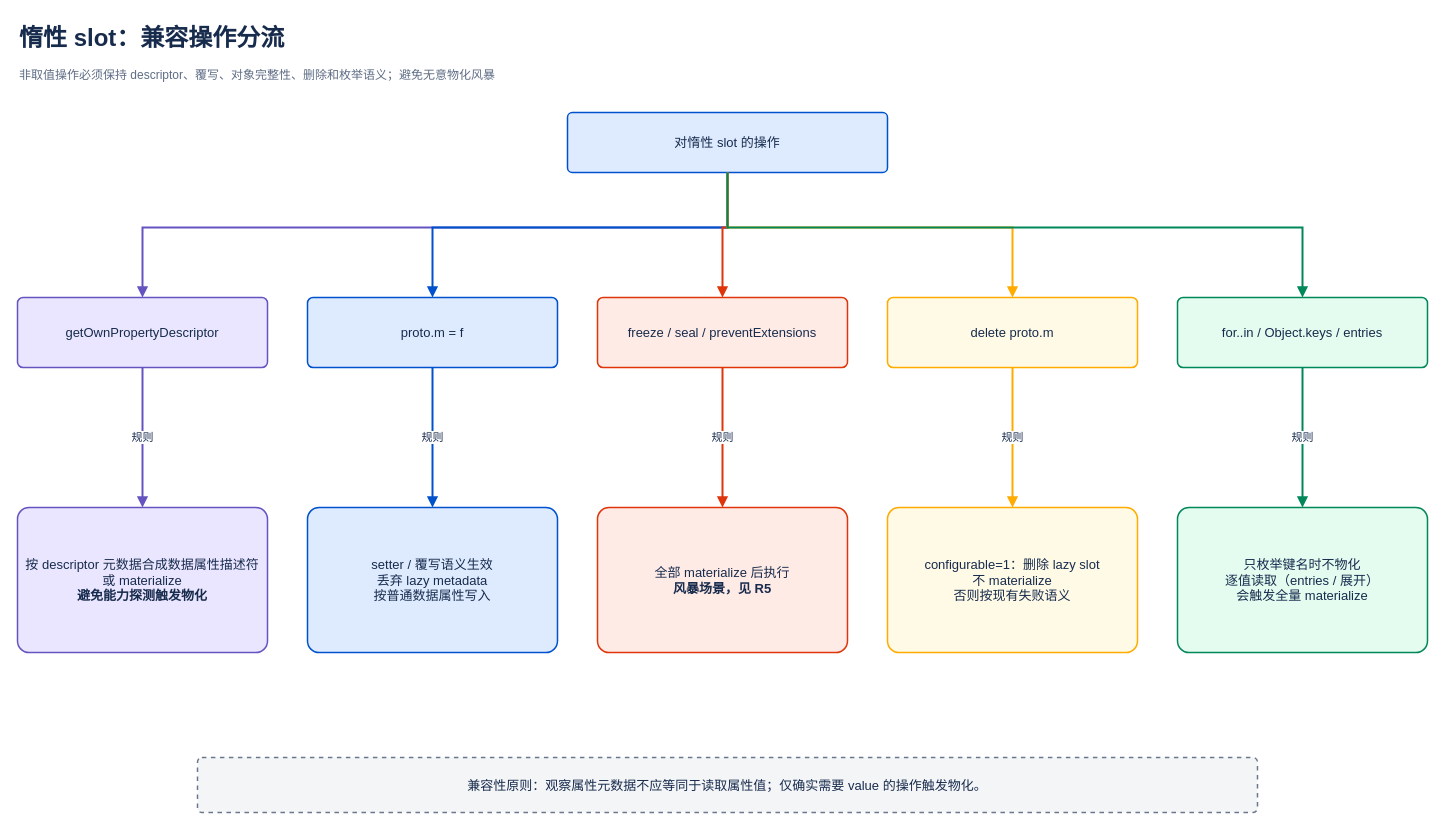
The draw.io diagram hidden-class-comparison/detailed-proposals/native-interop-lazy-binding/napi-lazy-binding-compatible-operations-flow.drawio in xuanjiazhen/invest, before the edit. Source tidied: cells renumbered, new cells numbered last; positions are measured from the earlier drawing's top-left corner, leaving out a move shared by most shapes. Both pictures are drawn from the tidied source at 100%, with x=0, y=0 at pixel (17, 17).
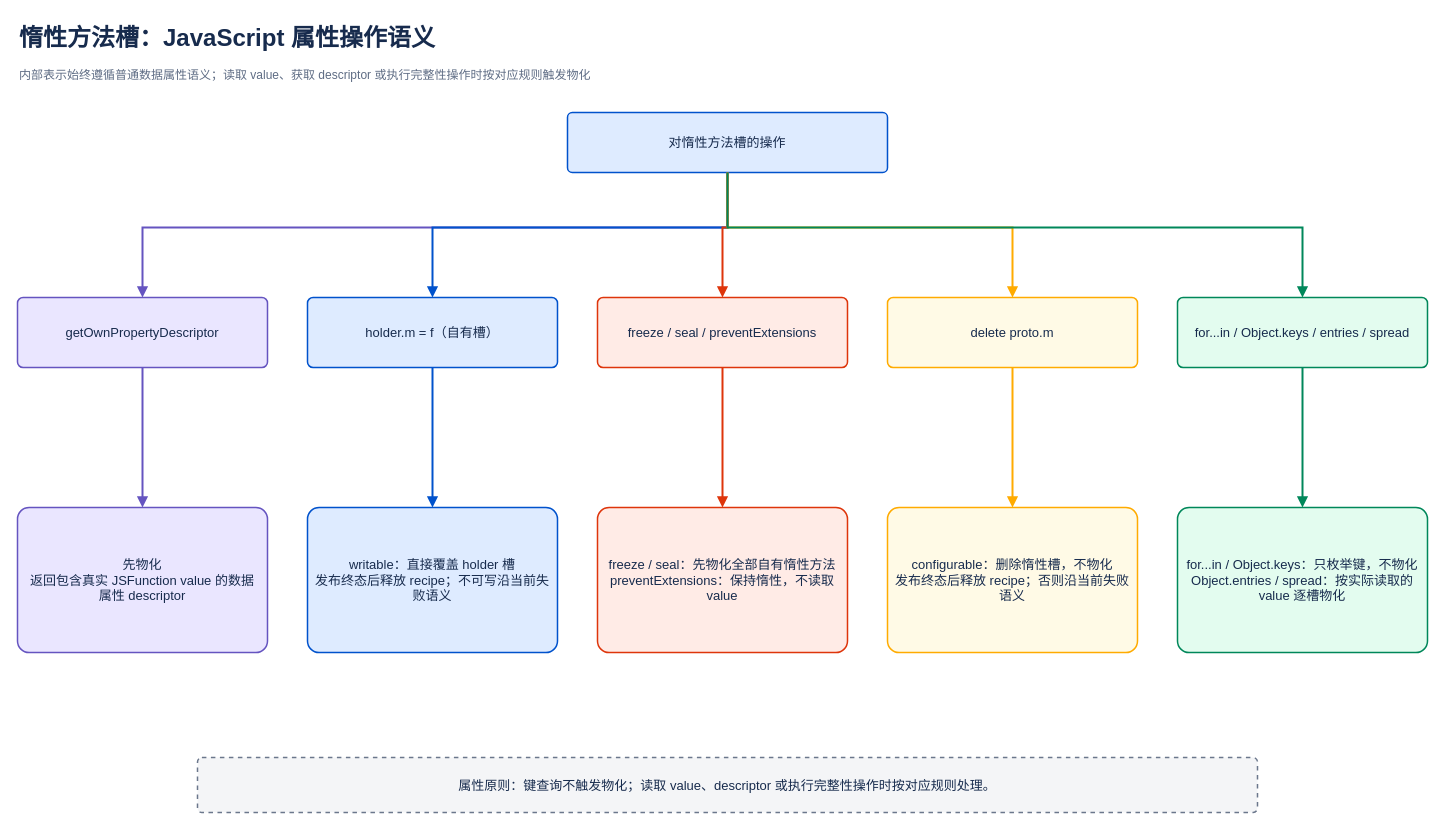
After the change.

Unchanged cells that the change refers to:
```xml
<mxCell id="5" value="getOwnPropertyDescriptor" style="rounded=1;arcSize=8;whiteSpace=wrap;html=1;align=center;verticalAlign=middle;fontSize=13;spacing=8;fillColor=#EAE6FF;strokeColor=#6554C0;strokeWidth=1.5;fontColor=#172B4D;" parent="1" vertex="1">
  <mxGeometry y="280" width="250" height="70" as="geometry" />
</mxCell>
<mxCell id="13" value="freeze / seal / preventExtensions" style="rounded=1;arcSize=8;whiteSpace=wrap;html=1;align=center;verticalAlign=middle;fontSize=13;spacing=8;fillColor=#FFEBE6;strokeColor=#DE350B;strokeWidth=1.5;fontColor=#172B4D;" parent="1" vertex="1">
  <mxGeometry x="580" y="280" width="250" height="70" as="geometry" />
</mxCell>
<mxCell id="17" value="delete proto.m" style="rounded=1;arcSize=8;whiteSpace=wrap;html=1;align=center;verticalAlign=middle;fontSize=13;spacing=8;fillColor=#FFFAE6;strokeColor=#FFAB00;strokeWidth=1.5;fontColor=#172B4D;" parent="1" vertex="1">
  <mxGeometry x="870" y="280" width="250" height="70" as="geometry" />
</mxCell>
```

Change to the diagram source:
```diff
@@
-    <mxCell id="2" value="惰性 slot：兼容操作分流" style="text;html=1;strokeColor=none;fillColor=none;align=left;verticalAlign=middle;fontSize=24;fontStyle=1;fontColor=#172B4D;whiteSpace=wrap;" parent="1" vertex="1">
+    <mxCell id="2" value="惰性方法槽：JavaScript 属性操作语义" style="text;html=1;strokeColor=none;fillColor=none;align=left;verticalAlign=middle;fontSize=24;fontStyle=1;fontColor=#172B4D;whiteSpace=wrap;" parent="1" vertex="1">
       <mxGeometry width="1420" height="42" as="geometry" />
     </mxCell>
-    <mxCell id="3" value="非取值操作必须保持 descriptor、覆写、对象完整性、删除和枚举语义；避免无意物化风暴" style="text;html=1;strokeColor=none;fillColor=none;align=left;verticalAlign=top;fontSize=12;fontColor=#5E6C84;whiteSpace=wrap;" parent="1" vertex="1">
+    <mxCell id="3" value="内部表示始终遵循普通数据属性语义；读取 value、获取 descriptor 或执行完整性操作时按对应规则触发物化" style="text;html=1;strokeColor=none;fillColor=none;align=left;verticalAlign=top;fontSize=12;fontColor=#5E6C84;whiteSpace=wrap;" parent="1" vertex="1">
       <mxGeometry y="44" width="1420" height="34" as="geometry" />
     </mxCell>
-    <mxCell id="4" value="对惰性 slot 的操作" style="rounded=1;arcSize=8;whiteSpace=wrap;html=1;align=center;verticalAlign=middle;fontSize=13;spacing=8;fillColor=#DEEBFF;strokeColor=#0052CC;strokeWidth=1.5;fontColor=#172B4D;" parent="1" vertex="1">
+    <mxCell id="4" value="对惰性方法槽的操作" style="rounded=1;arcSize=8;whiteSpace=wrap;html=1;align=center;verticalAlign=middle;fontSize=13;spacing=8;fillColor=#DEEBFF;strokeColor=#0052CC;strokeWidth=1.5;fontColor=#172B4D;" parent="1" vertex="1">
       <mxGeometry x="550" y="95" width="320" height="60" as="geometry" />
     </mxCell>
@@
-    <mxCell id="6" value="按 descriptor 元数据合成数据属性描述符&lt;br&gt;或 materialize&lt;br&gt;&lt;b&gt;避免能力探测触发物化&lt;/b&gt;" style="rounded=1;arcSize=8;whiteSpace=wrap;html=1;align=center;verticalAlign=middle;fontSize=13;spacing=8;fillColor=#EAE6FF;strokeColor=#6554C0;strokeWidth=1.5;fontColor=#172B4D;" parent="1" vertex="1">
+    <mxCell id="6" value="先物化&lt;div&gt;返回包含真实 JSFunction value 的数据属性 descriptor&lt;/div&gt;" style="rounded=1;arcSize=8;whiteSpace=wrap;html=1;align=center;verticalAlign=middle;fontSize=13;spacing=8;fillColor=#EAE6FF;strokeColor=#6554C0;strokeWidth=1.5;fontColor=#172B4D;" parent="1" vertex="1">
       <mxGeometry y="490" width="250" height="145" as="geometry" />
     </mxCell>
@@
-    <mxCell id="8" value="规则" style="edgeStyle=orthogonalEdgeStyle;rounded=0;jettySize=auto;html=1;strokeColor=#6554C0;strokeWidth=2;endArrow=block;endFill=1;fontSize=11;fontColor=#172B4D;labelBackgroundColor=#FFFFFF;exitX=0.5;exitY=1;entryX=0.5;entryY=0;" parent="1" edge="1" source="5" target="6">
+    <mxCell id="8" style="edgeStyle=orthogonalEdgeStyle;rounded=0;jettySize=auto;html=1;strokeColor=#6554C0;strokeWidth=2;endArrow=block;endFill=1;fontSize=11;fontColor=#172B4D;labelBackgroundColor=#FFFFFF;exitX=0.5;exitY=1;entryX=0.5;entryY=0;" parent="1" edge="1" source="5" target="6">
       <mxGeometry relative="1" as="geometry" />
     </mxCell>
-    <mxCell id="9" value="proto.m = f" style="rounded=1;arcSize=8;whiteSpace=wrap;html=1;align=center;verticalAlign=middle;fontSize=13;spacing=8;fillColor=#DEEBFF;strokeColor=#0052CC;strokeWidth=1.5;fontColor=#172B4D;" parent="1" vertex="1">
+    <mxCell id="9" value="holder.m = f（自有槽）" style="rounded=1;arcSize=8;whiteSpace=wrap;html=1;align=center;verticalAlign=middle;fontSize=13;spacing=8;fillColor=#DEEBFF;strokeColor=#0052CC;strokeWidth=1.5;fontColor=#172B4D;" parent="1" vertex="1">
       <mxGeometry x="290" y="280" width="250" height="70" as="geometry" />
     </mxCell>
-    <mxCell id="10" value="setter / 覆写语义生效&lt;br&gt;丢弃 lazy metadata&lt;br&gt;按普通数据属性写入" style="rounded=1;arcSize=8;whiteSpace=wrap;html=1;align=center;verticalAlign=middle;fontSize=13;spacing=8;fillColor=#DEEBFF;strokeColor=#0052CC;strokeWidth=1.5;fontColor=#172B4D;" parent="1" vertex="1">
+    <mxCell id="10" value="writable：直接覆盖 holder 槽&lt;div&gt;发布终态后释放 recipe；不可写沿当前失败语义&lt;/div&gt;" style="rounded=1;arcSize=8;whiteSpace=wrap;html=1;align=center;verticalAlign=middle;fontSize=13;spacing=8;fillColor=#DEEBFF;strokeColor=#0052CC;strokeWidth=1.5;fontColor=#172B4D;" parent="1" vertex="1">
       <mxGeometry x="290" y="490" width="250" height="145" as="geometry" />
     </mxCell>
@@
-    <mxCell id="12" value="规则" style="edgeStyle=orthogonalEdgeStyle;rounded=0;jettySize=auto;html=1;strokeColor=#0052CC;strokeWidth=2;endArrow=block;endFill=1;fontSize=11;fontColor=#172B4D;labelBackgroundColor=#FFFFFF;exitX=0.5;exitY=1;entryX=0.5;entryY=0;" parent="1" edge="1" source="9" target="10">
+    <mxCell id="12" style="edgeStyle=orthogonalEdgeStyle;rounded=0;jettySize=auto;html=1;strokeColor=#0052CC;strokeWidth=2;endArrow=block;endFill=1;fontSize=11;fontColor=#172B4D;labelBackgroundColor=#FFFFFF;exitX=0.5;exitY=1;entryX=0.5;entryY=0;" parent="1" edge="1" source="9" target="10">
       <mxGeometry relative="1" as="geometry" />
     </mxCell>
@@
-    <mxCell id="14" value="全部 materialize 后执行&lt;br&gt;&lt;b&gt;风暴场景，见 R5&lt;/b&gt;" style="rounded=1;arcSize=8;whiteSpace=wrap;html=1;align=center;verticalAlign=middle;fontSize=13;spacing=8;fillColor=#FFEBE6;strokeColor=#DE350B;strokeWidth=1.5;fontColor=#172B4D;" parent="1" vertex="1">
+    <mxCell id="14" value="freeze / seal：先物化全部自有惰性方法&lt;div&gt;preventExtensions：保持惰性，不读取 value&lt;/div&gt;" style="rounded=1;arcSize=8;whiteSpace=wrap;html=1;align=center;verticalAlign=middle;fontSize=13;spacing=8;fillColor=#FFEBE6;strokeColor=#DE350B;strokeWidth=1.5;fontColor=#172B4D;" parent="1" vertex="1">
       <mxGeometry x="580" y="490" width="250" height="145" as="geometry" />
     </mxCell>
@@
-    <mxCell id="16" value="规则" style="edgeStyle=orthogonalEdgeStyle;rounded=0;jettySize=auto;html=1;strokeColor=#DE350B;strokeWidth=2;endArrow=block;endFill=1;fontSize=11;fontColor=#172B4D;labelBackgroundColor=#FFFFFF;exitX=0.5;exitY=1;entryX=0.5;entryY=0;" parent="1" edge="1" source="13" target="14">
+    <mxCell id="16" style="edgeStyle=orthogonalEdgeStyle;rounded=0;jettySize=auto;html=1;strokeColor=#DE350B;strokeWidth=2;endArrow=block;endFill=1;fontSize=11;fontColor=#172B4D;labelBackgroundColor=#FFFFFF;exitX=0.5;exitY=1;entryX=0.5;entryY=0;" parent="1" edge="1" source="13" target="14">
       <mxGeometry relative="1" as="geometry" />
     </mxCell>
@@
-    <mxCell id="18" value="configurable=1：删除 lazy slot&lt;br&gt;不 materialize&lt;br&gt;否则按现有失败语义" style="rounded=1;arcSize=8;whiteSpace=wrap;html=1;align=center;verticalAlign=middle;fontSize=13;spacing=8;fillColor=#FFFAE6;strokeColor=#FFAB00;strokeWidth=1.5;fontColor=#172B4D;" parent="1" vertex="1">
+    <mxCell id="18" value="configurable：删除惰性槽，不物化&lt;div&gt;发布终态后释放 recipe；否则沿当前失败语义&lt;/div&gt;" style="rounded=1;arcSize=8;whiteSpace=wrap;html=1;align=center;verticalAlign=middle;fontSize=13;spacing=8;fillColor=#FFFAE6;strokeColor=#FFAB00;strokeWidth=1.5;fontColor=#172B4D;" parent="1" vertex="1">
       <mxGeometry x="870" y="490" width="250" height="145" as="geometry" />
     </mxCell>
@@
-    <mxCell id="20" value="规则" style="edgeStyle=orthogonalEdgeStyle;rounded=0;jettySize=auto;html=1;strokeColor=#FFAB00;strokeWidth=2;endArrow=block;endFill=1;fontSize=11;fontColor=#172B4D;labelBackgroundColor=#FFFFFF;exitX=0.5;exitY=1;entryX=0.5;entryY=0;" parent="1" edge="1" source="17" target="18">
+    <mxCell id="20" style="edgeStyle=orthogonalEdgeStyle;rounded=0;jettySize=auto;html=1;strokeColor=#FFAB00;strokeWidth=2;endArrow=block;endFill=1;fontSize=11;fontColor=#172B4D;labelBackgroundColor=#FFFFFF;exitX=0.5;exitY=1;entryX=0.5;entryY=0;" parent="1" edge="1" source="17" target="18">
       <mxGeometry relative="1" as="geometry" />
     </mxCell>
-    <mxCell id="21" value="for..in / Object.keys / entries" style="rounded=1;arcSize=8;whiteSpace=wrap;html=1;align=center;verticalAlign=middle;fontSize=13;spacing=8;fillColor=#E3FCEF;strokeColor=#00875A;strokeWidth=1.5;fontColor=#172B4D;" parent="1" vertex="1">
+    <mxCell id="21" value="for...in / Object.keys / entries / spread" style="rounded=1;arcSize=8;whiteSpace=wrap;html=1;align=center;verticalAlign=middle;fontSize=13;spacing=8;fillColor=#E3FCEF;strokeColor=#00875A;strokeWidth=1.5;fontColor=#172B4D;" parent="1" vertex="1">
       <mxGeometry x="1160" y="280" width="250" height="70" as="geometry" />
     </mxCell>
-    <mxCell id="22" value="只枚举键名时不物化&lt;br&gt;逐值读取（entries / 展开）&lt;br&gt;会触发全量 materialize" style="rounded=1;arcSize=8;whiteSpace=wrap;html=1;align=center;verticalAlign=middle;fontSize=13;spacing=8;fillColor=#E3FCEF;strokeColor=#00875A;strokeWidth=1.5;fontColor=#172B4D;" parent="1" vertex="1">
+    <mxCell id="22" value="for...in / Object.keys：只枚举键，不物化&lt;div&gt;Object.entries / spread：按实际读取的 value 逐槽物化&lt;/div&gt;" style="rounded=1;arcSize=8;whiteSpace=wrap;html=1;align=center;verticalAlign=middle;fontSize=13;spacing=8;fillColor=#E3FCEF;strokeColor=#00875A;strokeWidth=1.5;fontColor=#172B4D;" parent="1" vertex="1">
       <mxGeometry x="1160" y="490" width="250" height="145" as="geometry" />
     </mxCell>
@@
-    <mxCell id="24" value="规则" style="edgeStyle=orthogonalEdgeStyle;rounded=0;jettySize=auto;html=1;strokeColor=#00875A;strokeWidth=2;endArrow=block;endFill=1;fontSize=11;fontColor=#172B4D;labelBackgroundColor=#FFFFFF;exitX=0.5;exitY=1;entryX=0.5;entryY=0;" parent="1" edge="1" source="21" target="22">
+    <mxCell id="24" style="edgeStyle=orthogonalEdgeStyle;rounded=0;jettySize=auto;html=1;strokeColor=#00875A;strokeWidth=2;endArrow=block;endFill=1;fontSize=11;fontColor=#172B4D;labelBackgroundColor=#FFFFFF;exitX=0.5;exitY=1;entryX=0.5;entryY=0;" parent="1" edge="1" source="21" target="22">
       <mxGeometry relative="1" as="geometry" />
     </mxCell>
-    <mxCell id="25" value="兼容性原则：观察属性元数据不应等同于读取属性值；仅确实需要 value 的操作触发物化。" style="rounded=1;arcSize=8;whiteSpace=wrap;html=1;align=center;verticalAlign=middle;fontSize=13;spacing=8;fillColor=#F4F5F7;strokeColor=#6B778C;strokeWidth=1.5;fontColor=#172B4D;dashed=1;" parent="1" vertex="1">
+    <mxCell id="25" value="属性原则：键查询不触发物化；读取 value、descriptor 或执行完整性操作时按对应规则处理。" style="rounded=1;arcSize=8;whiteSpace=wrap;html=1;align=center;verticalAlign=middle;fontSize=13;spacing=8;fillColor=#F4F5F7;strokeColor=#6B778C;strokeWidth=1.5;fontColor=#172B4D;dashed=1;" parent="1" vertex="1">
       <mxGeometry x="180" y="740" width="1060" height="55" as="geometry" />
     </mxCell>
```
